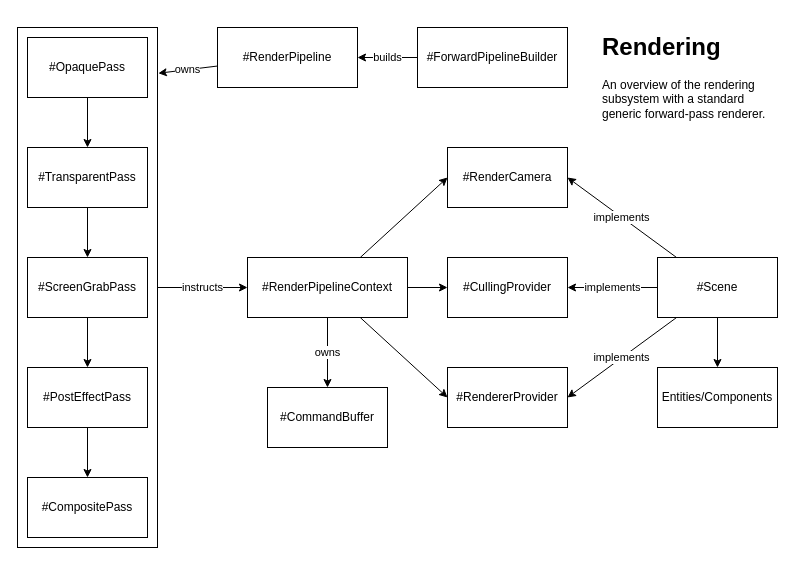
The draw.io diagram docs/forward-pipeline.drawio in mattkleiny/surreal-rust, before the edit. Source tidied: cells renumbered, new cells numbered last; positions are measured from the earlier drawing's top-left corner, leaving out a move shared by most shapes. Both pictures are drawn from the tidied source at 100%, with x=0, y=0 at pixel (17, 27).
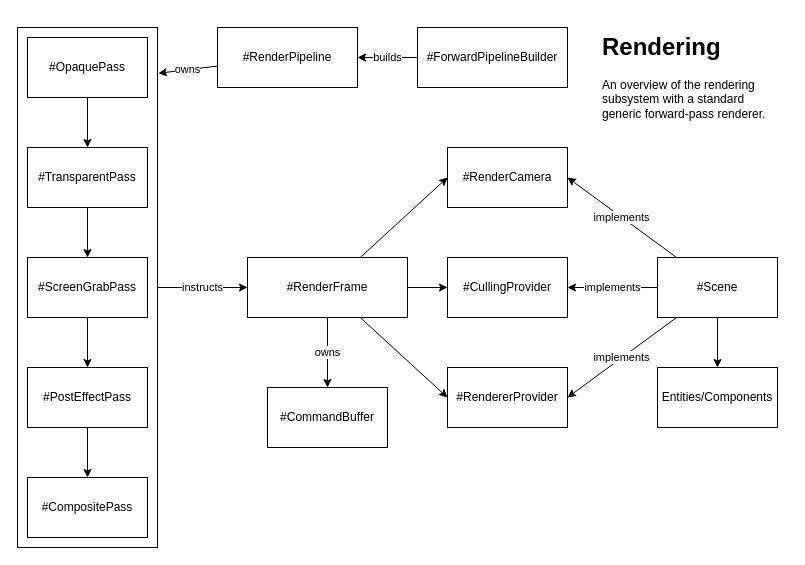
Above is the later version.

The edit, as a diff of the source:
```diff
@@
-    <mxCell id="27" value="#RenderPipelineContext" style="rounded=0;whiteSpace=wrap;html=1;" parent="1" vertex="1">
+    <mxCell id="27" value="#RenderFrame" style="rounded=0;whiteSpace=wrap;html=1;" parent="1" vertex="1">
       <mxGeometry x="230" y="230" width="160" height="60" as="geometry" />
     </mxCell>
```
